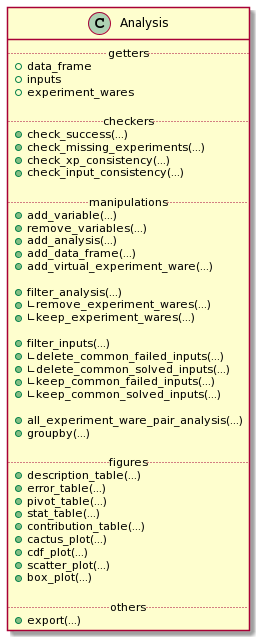
Earlier version of the PlantUML export docs/fig/analysis_uml.png (crillab/metrics). Source of this version:
```plantuml
@startuml
class Analysis {
  .. getters ..
  + data_frame
  + inputs
  + experiment_wares

  .. checkers ..
  + check_success(...)
  + check_missing_experiments(...)
  + check_xp_consistency(...)
  + check_input_consistency(...)

  .. manipulations ..
  + add_variable(...)
  + remove_variables(...)
  + add_analysis(...)
  + add_data_frame(...)
  + add_virtual_experiment_ware(...)

  + filter_analysis(...)
  + ∟remove_experiment_wares(...)
  + ∟keep_experiment_wares(...)

  + filter_inputs(...)
  + ∟delete_common_failed_inputs(...)
  + ∟delete_common_solved_inputs(...)
  + ∟keep_common_failed_inputs(...)
  + ∟keep_common_solved_inputs(...)

  + all_experiment_ware_pair_analysis(...)
  + groupby(...)

  .. figures ..
  + description_table(...)
  + error_table(...)
  + pivot_table(...)
  + stat_table(...)
  + contribution_table(...)
  + cactus_plot(...)
  + cdf_plot(...)
  + scatter_plot(...)
  + box_plot(...)

  .. others ..
  + export(...)
}
@enduml
```
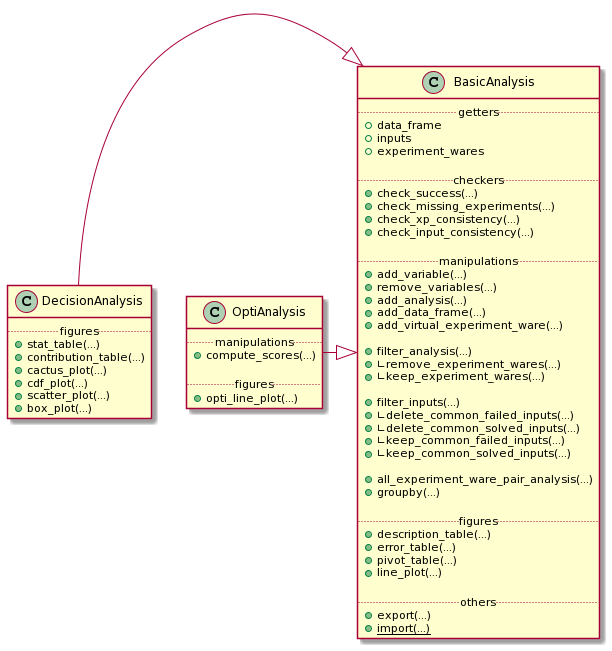
After the commit.

Commit message:
:memo: OptiAnalysis is documented

Diff of the diagram source:
```diff
@@ -1,5 +1,5 @@
 @startuml
-class Analysis {
+class BasicAnalysis {
   .. getters ..
   + data_frame
   + inputs
@@ -35,14 +35,33 @@
   + description_table(...)
   + error_table(...)
   + pivot_table(...)
+  + line_plot(...)
+
+  .. others ..
+  + export(...)
+  + {static} import(...)
+}
+
+
+class DecisionAnalysis {
+  .. figures ..
   + stat_table(...)
   + contribution_table(...)
   + cactus_plot(...)
   + cdf_plot(...)
   + scatter_plot(...)
   + box_plot(...)
+}
 
-  .. others ..
-  + export(...)
+
+class OptiAnalysis {
+  .. manipulations ..
+  + compute_scores(...)
+
+  .. figures ..
+  + opti_line_plot(...)
 }
+
+DecisionAnalysis -|> BasicAnalysis
+OptiAnalysis -|> BasicAnalysis
 @enduml
```
